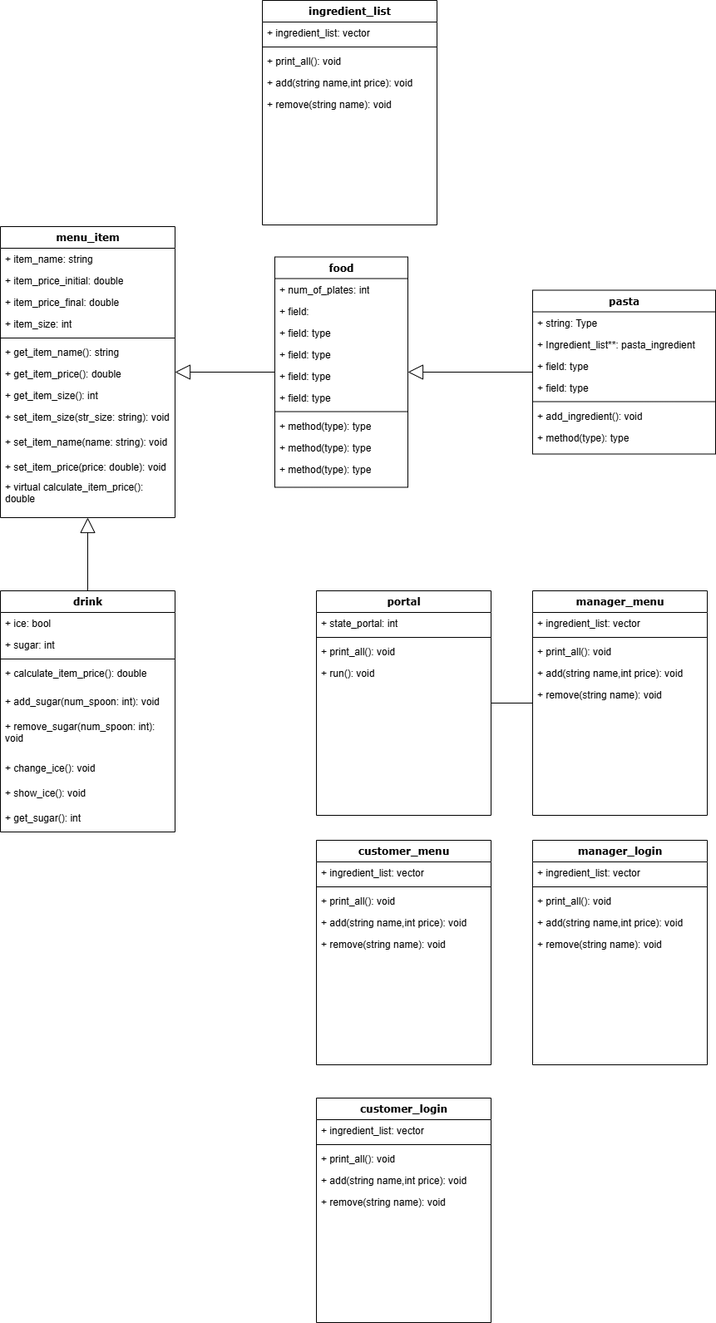
Above: UML.png in SohamA12345/Project (draw.io), before the change. Source tidied: cells renumbered, new cells last; positions are measured from the earlier drawing's top-left corner, leaving out a move shared by most shapes.
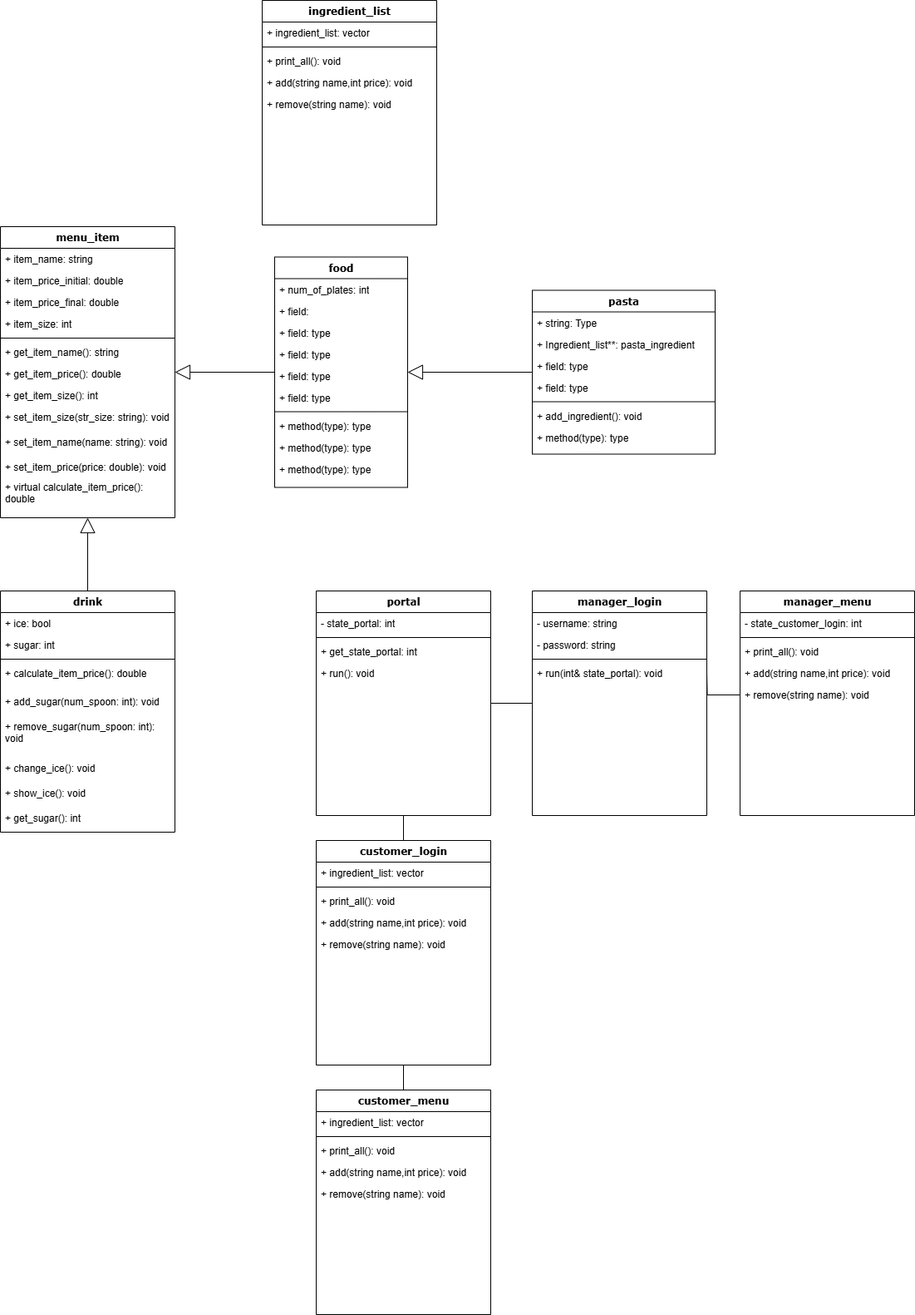
After the commit.

What changed in the source:
```diff
@@ -161,13 +161,13 @@
     <mxCell id="54" value="portal" style="swimlane;html=1;fontStyle=1;align=center;verticalAlign=top;horizontal=1;startSize=26;swimlaneFillColor=#ffffff;rounded=0;shadow=0;comic=0;labelBackgroundColor=none;strokeWidth=1;fillColor=none;fontFamily=Verdana;fontSize=12;" parent="1" vertex="1">
       <mxGeometry x="380" y="710" width="210" height="270" as="geometry" />
     </mxCell>
-    <mxCell id="55" value="+ state_portal: int" style="text;html=1;strokeColor=none;fillColor=none;align=left;verticalAlign=top;spacingLeft=4;spacingRight=4;whiteSpace=wrap;overflow=hidden;" parent="54" vertex="1">
+    <mxCell id="55" value="- state_portal: int" style="text;html=1;strokeColor=none;fillColor=none;align=left;verticalAlign=top;spacingLeft=4;spacingRight=4;whiteSpace=wrap;overflow=hidden;" parent="54" vertex="1">
       <mxGeometry y="26" width="210" height="26" as="geometry" />
     </mxCell>
     <mxCell id="56" style="line;html=1;strokeWidth=1;fillColor=none;align=left;verticalAlign=middle;spacingTop=-1;spacingLeft=3;spacingRight=3;labelPosition=right;" parent="54" vertex="1">
       <mxGeometry y="52" width="210" height="8" as="geometry" />
     </mxCell>
-    <mxCell id="57" value="+ print_all(): void" style="text;html=1;strokeColor=none;fillColor=none;align=left;verticalAlign=top;spacingLeft=4;spacingRight=4;whiteSpace=wrap;overflow=hidden;" parent="54" vertex="1">
+    <mxCell id="57" value="+ get_state_portal: int" style="text;html=1;strokeColor=none;fillColor=none;align=left;verticalAlign=top;spacingLeft=4;spacingRight=4;whiteSpace=wrap;overflow=hidden;" parent="54" vertex="1">
       <mxGeometry y="60" width="210" height="26" as="geometry" />
     </mxCell>
     <mxCell id="58" value="+ run(): void" style="text;html=1;strokeColor=none;fillColor=none;align=left;verticalAlign=top;spacingLeft=4;spacingRight=4;whiteSpace=wrap;overflow=hidden;" parent="54" vertex="1">
@@ -176,28 +176,25 @@
     <mxCell id="59" style="rounded=0;jettySize=auto;html=1;endArrow=none;endFill=0;entryX=1;entryY=0.5;entryDx=0;entryDy=0;" parent="1" edge="1" source="60" target="54">
       <mxGeometry relative="1" as="geometry" />
     </mxCell>
-    <mxCell id="60" value="manager_menu" style="swimlane;html=1;fontStyle=1;align=center;verticalAlign=top;horizontal=1;startSize=26;swimlaneFillColor=#ffffff;rounded=0;shadow=0;comic=0;labelBackgroundColor=none;strokeWidth=1;fillColor=none;fontFamily=Verdana;fontSize=12;" parent="1" vertex="1">
+    <mxCell id="60" value="manager_login" style="swimlane;html=1;fontStyle=1;align=center;verticalAlign=top;horizontal=1;startSize=26;swimlaneFillColor=#ffffff;rounded=0;shadow=0;comic=0;labelBackgroundColor=none;strokeWidth=1;fillColor=none;fontFamily=Verdana;fontSize=12;" parent="1" vertex="1">
       <mxGeometry x="640" y="710" width="210" height="270" as="geometry" />
     </mxCell>
+    <mxCell id="84" value="- username: string" style="text;html=1;strokeColor=none;fillColor=none;align=left;verticalAlign=top;spacingLeft=4;spacingRight=4;whiteSpace=wrap;overflow=hidden;" parent="60" vertex="1">
+      <mxGeometry y="26" width="210" height="26" as="geometry" />
+    </mxCell>
-    <mxCell id="61" value="+ ingredient_list: vector" style="text;html=1;strokeColor=none;fillColor=none;align=left;verticalAlign=top;spacingLeft=4;spacingRight=4;whiteSpace=wrap;overflow=hidden;" parent="60" vertex="1">
-      <mxGeometry y="26" width="210" height="26" as="geometry" />
+    <mxCell id="61" value="- password: string" style="text;html=1;strokeColor=none;fillColor=none;align=left;verticalAlign=top;spacingLeft=4;spacingRight=4;whiteSpace=wrap;overflow=hidden;" parent="60" vertex="1">
+      <mxGeometry y="52" width="210" height="26" as="geometry" />
     </mxCell>
     <mxCell id="62" style="line;html=1;strokeWidth=1;fillColor=none;align=left;verticalAlign=middle;spacingTop=-1;spacingLeft=3;spacingRight=3;labelPosition=right;" parent="60" vertex="1">
-      <mxGeometry y="52" width="210" height="8" as="geometry" />
+      <mxGeometry y="78" width="210" height="8" as="geometry" />
     </mxCell>
-    <mxCell id="63" value="+ print_all(): void" style="text;html=1;strokeColor=none;fillColor=none;align=left;verticalAlign=top;spacingLeft=4;spacingRight=4;whiteSpace=wrap;overflow=hidden;" parent="60" vertex="1">
-      <mxGeometry y="60" width="210" height="26" as="geometry" />
-    </mxCell>
-    <mxCell id="64" value="+ add(string name,int price): void" style="text;html=1;strokeColor=none;fillColor=none;align=left;verticalAlign=top;spacingLeft=4;spacingRight=4;whiteSpace=wrap;overflow=hidden;" parent="60" vertex="1">
-      <mxGeometry y="86" width="210" height="26" as="geometry" />
-    </mxCell>
-    <mxCell id="65" value="+ remove(string name): void" style="text;html=1;strokeColor=none;fillColor=none;align=left;verticalAlign=top;spacingLeft=4;spacingRight=4;whiteSpace=wrap;overflow=hidden;" parent="60" vertex="1">
-      <mxGeometry y="112" width="210" height="26" as="geometry" />
-    </mxCell>
+    <mxCell id="85" value="+ run(int&amp;amp; state_portal): void" style="text;html=1;strokeColor=none;fillColor=none;align=left;verticalAlign=top;spacingLeft=4;spacingRight=4;whiteSpace=wrap;overflow=hidden;" parent="60" vertex="1">
+      <mxGeometry y="86" width="210" height="26" as="geometry" />
+    </mxCell>
-    <mxCell id="66" value="manager_login" style="swimlane;html=1;fontStyle=1;align=center;verticalAlign=top;horizontal=1;startSize=26;swimlaneFillColor=#ffffff;rounded=0;shadow=0;comic=0;labelBackgroundColor=none;strokeWidth=1;fillColor=none;fontFamily=Verdana;fontSize=12;" parent="1" vertex="1">
-      <mxGeometry x="640" y="1010" width="210" height="270" as="geometry" />
+    <mxCell id="66" value="manager_menu" style="swimlane;html=1;fontStyle=1;align=center;verticalAlign=top;horizontal=1;startSize=26;swimlaneFillColor=#ffffff;rounded=0;shadow=0;comic=0;labelBackgroundColor=none;strokeWidth=1;fillColor=none;fontFamily=Verdana;fontSize=12;" parent="1" vertex="1">
+      <mxGeometry x="890" y="710" width="210" height="270" as="geometry" />
     </mxCell>
-    <mxCell id="67" value="+ ingredient_list: vector" style="text;html=1;strokeColor=none;fillColor=none;align=left;verticalAlign=top;spacingLeft=4;spacingRight=4;whiteSpace=wrap;overflow=hidden;" parent="66" vertex="1">
+    <mxCell id="67" value="- state_customer_login: int" style="text;html=1;strokeColor=none;fillColor=none;align=left;verticalAlign=top;spacingLeft=4;spacingRight=4;whiteSpace=wrap;overflow=hidden;" parent="66" vertex="1">
       <mxGeometry y="26" width="210" height="26" as="geometry" />
     </mxCell>
     <mxCell id="68" style="line;html=1;strokeWidth=1;fillColor=none;align=left;verticalAlign=middle;spacingTop=-1;spacingLeft=3;spacingRight=3;labelPosition=right;" parent="66" vertex="1">
@@ -212,8 +209,11 @@
     <mxCell id="71" value="+ remove(string name): void" style="text;html=1;strokeColor=none;fillColor=none;align=left;verticalAlign=top;spacingLeft=4;spacingRight=4;whiteSpace=wrap;overflow=hidden;points=[[0,0.5],[1,0.5]];portConstraint=eastwest;" parent="66" vertex="1">
       <mxGeometry y="112" width="210" height="26" as="geometry" />
     </mxCell>
+    <mxCell id="86" style="edgeStyle=orthogonalEdgeStyle;rounded=0;jettySize=auto;html=1;exitX=0.5;exitY=0;exitDx=0;exitDy=0;entryX=0.5;entryY=1;entryDx=0;entryDy=0;endArrow=none;endFill=0;" parent="1" edge="1" source="72" target="78">
+      <mxGeometry relative="1" as="geometry" />
+    </mxCell>
     <mxCell id="72" value="customer_menu" style="swimlane;html=1;fontStyle=1;align=center;verticalAlign=top;horizontal=1;startSize=26;swimlaneFillColor=#ffffff;rounded=0;shadow=0;comic=0;labelBackgroundColor=none;strokeWidth=1;fillColor=none;fontFamily=Verdana;fontSize=12;" parent="1" vertex="1">
-      <mxGeometry x="380" y="1010" width="210" height="270" as="geometry" />
+      <mxGeometry x="380" y="1310" width="210" height="270" as="geometry" />
     </mxCell>
     <mxCell id="73" value="+ ingredient_list: vector" style="text;html=1;strokeColor=none;fillColor=none;align=left;verticalAlign=top;spacingLeft=4;spacingRight=4;whiteSpace=wrap;overflow=hidden;" parent="72" vertex="1">
       <mxGeometry y="26" width="210" height="26" as="geometry" />
@@ -230,8 +230,11 @@
     <mxCell id="77" value="+ remove(string name): void" style="text;html=1;strokeColor=none;fillColor=none;align=left;verticalAlign=top;spacingLeft=4;spacingRight=4;whiteSpace=wrap;overflow=hidden;" parent="72" vertex="1">
       <mxGeometry y="112" width="210" height="26" as="geometry" />
     </mxCell>
+    <mxCell id="87" style="edgeStyle=orthogonalEdgeStyle;rounded=0;jettySize=auto;html=1;entryX=0.5;entryY=1;entryDx=0;entryDy=0;endArrow=none;endFill=0;" parent="1" edge="1" source="78" target="54">
+      <mxGeometry relative="1" as="geometry" />
+    </mxCell>
     <mxCell id="78" value="customer_login" style="swimlane;html=1;fontStyle=1;align=center;verticalAlign=top;horizontal=1;startSize=26;swimlaneFillColor=#ffffff;rounded=0;shadow=0;comic=0;labelBackgroundColor=none;strokeWidth=1;fillColor=none;fontFamily=Verdana;fontSize=12;" parent="1" vertex="1">
-      <mxGeometry x="380" y="1320" width="210" height="270" as="geometry" />
+      <mxGeometry x="380" y="1010" width="210" height="270" as="geometry" />
     </mxCell>
     <mxCell id="79" value="+ ingredient_list: vector" style="text;html=1;strokeColor=none;fillColor=none;align=left;verticalAlign=top;spacingLeft=4;spacingRight=4;whiteSpace=wrap;overflow=hidden;" parent="78" vertex="1">
       <mxGeometry y="26" width="210" height="26" as="geometry" />
@@ -248,5 +251,10 @@
     <mxCell id="83" value="+ remove(string name): void" style="text;html=1;strokeColor=none;fillColor=none;align=left;verticalAlign=top;spacingLeft=4;spacingRight=4;whiteSpace=wrap;overflow=hidden;" parent="78" vertex="1">
       <mxGeometry y="112" width="210" height="26" as="geometry" />
     </mxCell>
+    <mxCell id="88" style="edgeStyle=orthogonalEdgeStyle;rounded=0;jettySize=auto;html=1;exitX=1;exitY=0.5;exitDx=0;exitDy=0;entryX=0;entryY=0.5;entryDx=0;entryDy=0;endArrow=none;endFill=0;" parent="1" edge="1" target="71">
+      <mxGeometry relative="1" as="geometry">
+        <mxPoint x="850" y="809" as="sourcePoint" />
+      </mxGeometry>
+    </mxCell>
   </root>
 </mxGraphModel>
```
